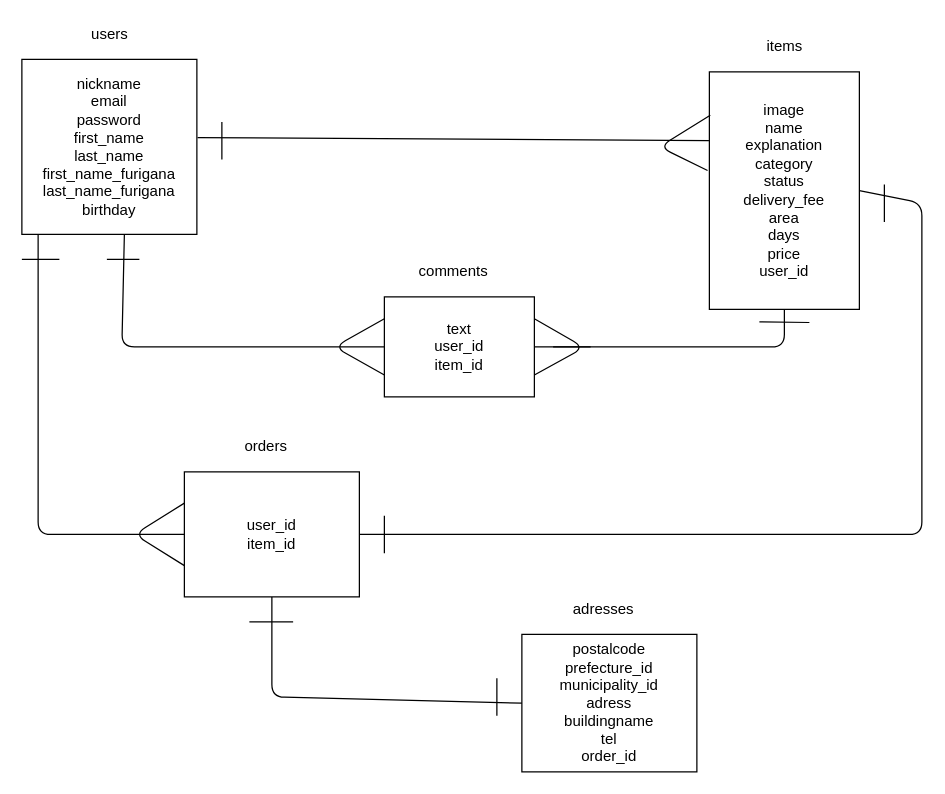
Above: ER.dio in mitoo0403/furima--28160- (draw.io), before the change. Source tidied: cells renumbered, new cells numbered last; positions are measured from the earlier drawing's top-left corner, leaving out a move shared by most shapes. Both pictures are drawn from the tidied source at 125%, with x=0, y=0 at pixel (21, 21).
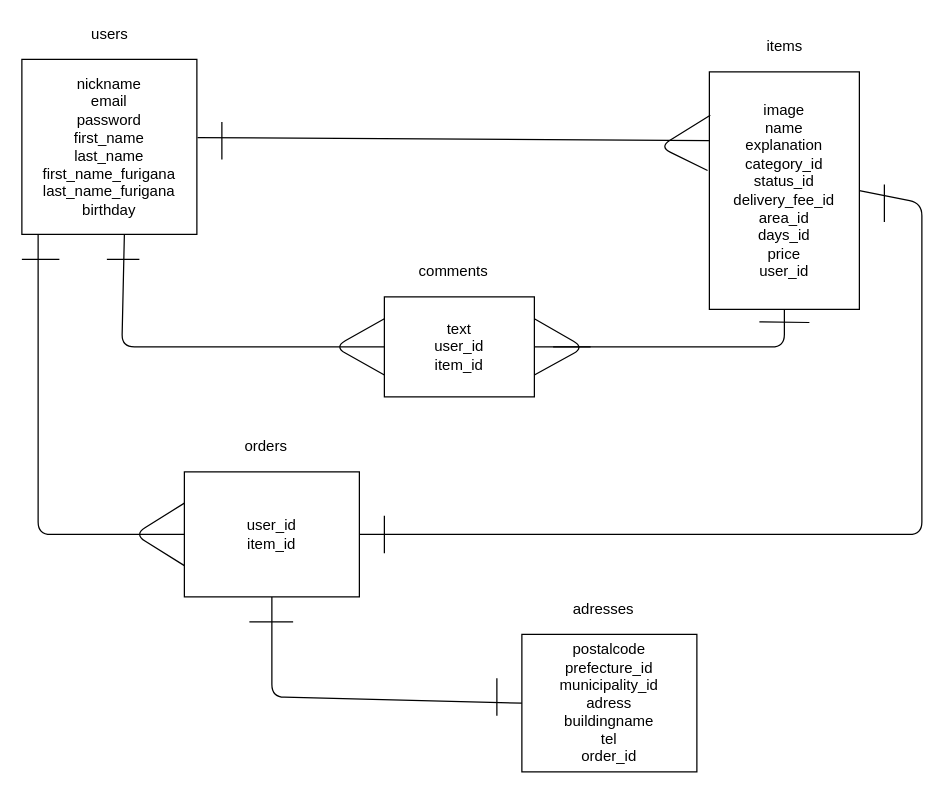
The same page after the edit.

Change to the diagram source:
```diff
@@
-    <mxCell id="5" value="image&lt;br&gt;name&lt;br&gt;explanation&lt;br&gt;category&lt;br&gt;status&lt;br&gt;delivery_fee&lt;br&gt;area&lt;br&gt;days&lt;br&gt;price&lt;br&gt;user_id" style="rounded=0;whiteSpace=wrap;html=1;" parent="1" vertex="1">
+    <mxCell id="5" value="image&lt;br&gt;name&lt;br&gt;explanation&lt;br&gt;category_id&lt;br&gt;status_id&lt;br&gt;delivery_fee_id&lt;br&gt;area_id&lt;br&gt;days_id&lt;br&gt;price&lt;br&gt;user_id" style="rounded=0;whiteSpace=wrap;html=1;" parent="1" vertex="1">
       <mxGeometry x="550" y="40" width="120" height="190" as="geometry" />
     </mxCell>
```
